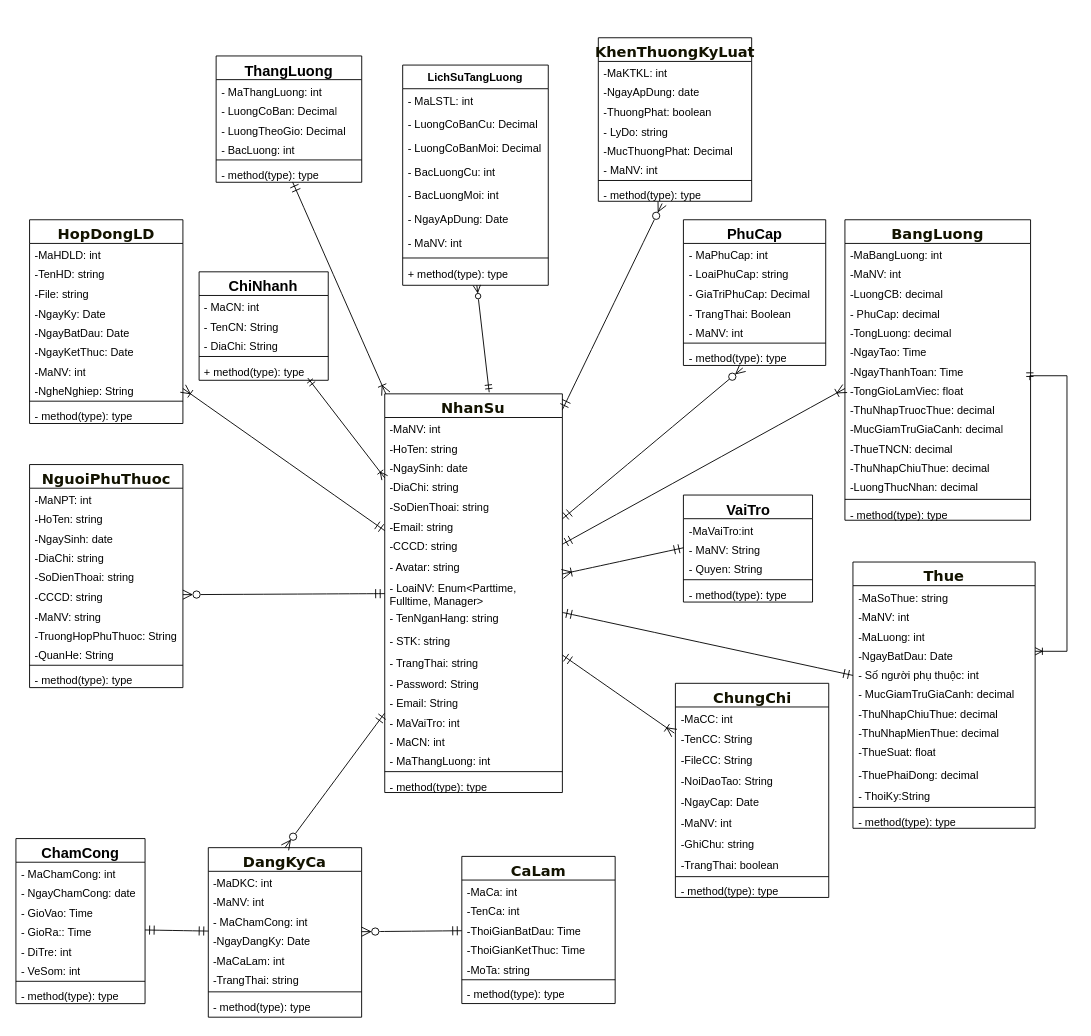
NguyenMint/LVTN keeps this draw.io diagram as Biểu đồ không có tiêu đề.drawio. Above is the earlier version. Source tidied: cells renumbered, new cells numbered last; positions are measured from the earlier drawing's top-left corner, leaving out a move shared by most shapes. Both pictures are drawn from the tidied source at 91%, with x=0, y=0 at pixel (15, 37).
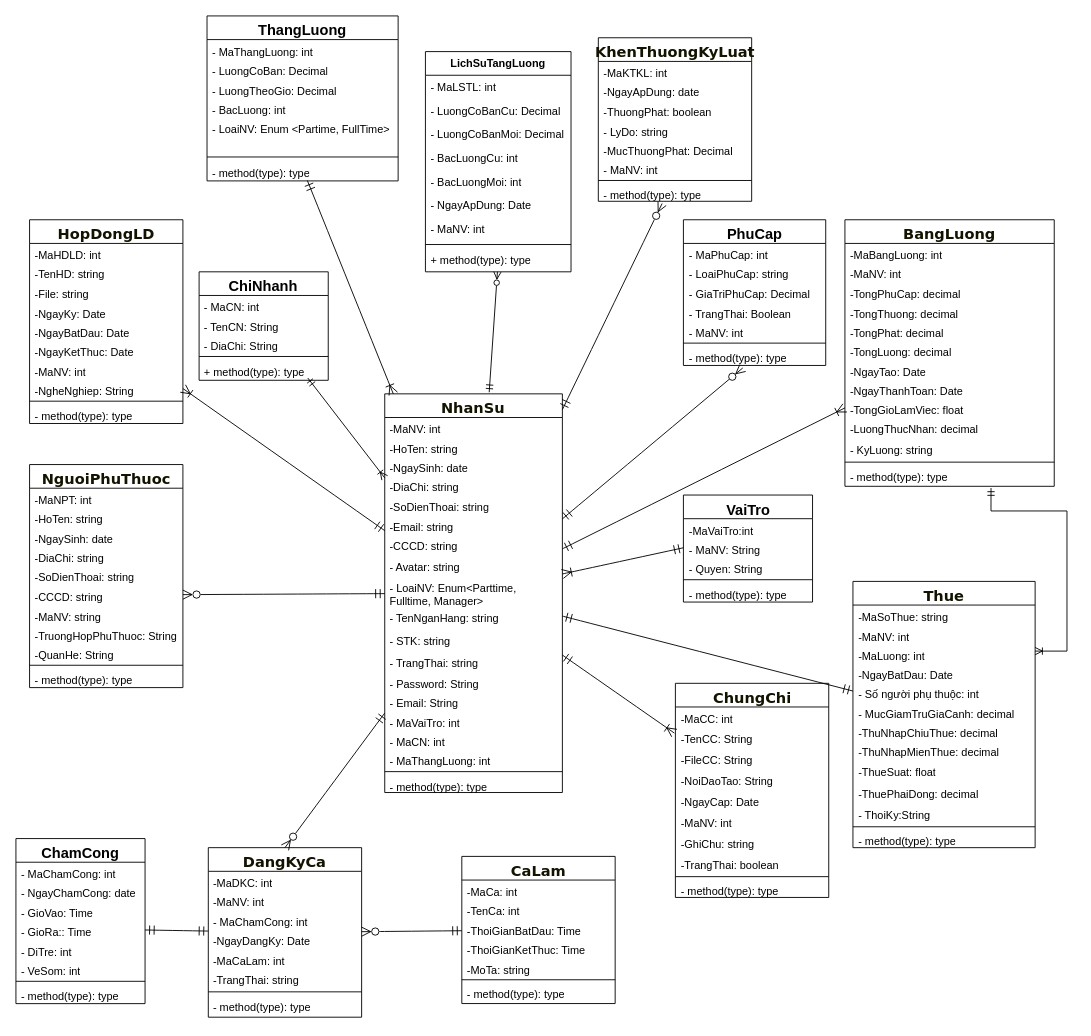
The same page after the edit.

Commit message (it also covers changes not shown here):
Cập nhật Biểu đồ không có tiêu đề.drawio

Diff of the diagram source:
```diff
@@
     <mxCell id="62" value="&lt;font style=&quot;font-size: 16px;&quot;&gt;ThangLuong&lt;/font&gt;" style="swimlane;fontStyle=1;align=center;verticalAlign=top;horizontal=1;startSize=26;whiteSpace=wrap;html=1;" parent="1" vertex="1">
-      <mxGeometry x="220" y="20" width="160" height="138.8" as="geometry" />
+      <mxGeometry x="210" y="-24" width="210" height="181.3" as="geometry" />
     </mxCell>
     <mxCell id="63" value="- MaThangLuong: int&amp;nbsp;&lt;div&gt;&lt;br&gt;&lt;/div&gt;" style="text;strokeColor=none;fillColor=none;align=left;verticalAlign=top;spacingLeft=4;spacingRight=4;overflow=hidden;whiteSpace=wrap;html=1;" parent="62" vertex="1">
-      <mxGeometry y="26" width="160" height="21.3" as="geometry" />
+      <mxGeometry y="26" width="210" height="21.3" as="geometry" />
     </mxCell>
     <mxCell id="64" value="- LuongCoBan: Decimal&lt;div&gt;&lt;br&gt;&lt;/div&gt;" style="text;strokeColor=none;fillColor=none;align=left;verticalAlign=top;spacingLeft=4;spacingRight=4;overflow=hidden;whiteSpace=wrap;html=1;" parent="62" vertex="1">
-      <mxGeometry y="47.3" width="160" height="21.3" as="geometry" />
+      <mxGeometry y="47.3" width="210" height="21.3" as="geometry" />
     </mxCell>
     <mxCell id="65" value="- LuongTheoGio: Decimal" style="text;strokeColor=none;fillColor=none;align=left;verticalAlign=top;spacingLeft=4;spacingRight=4;overflow=hidden;whiteSpace=wrap;html=1;" parent="62" vertex="1">
-      <mxGeometry y="68.5" width="160" height="21.3" as="geometry" />
+      <mxGeometry y="68.5" width="210" height="21.3" as="geometry" />
     </mxCell>
     <mxCell id="66" value="- BacLuong: int" style="text;strokeColor=none;fillColor=none;align=left;verticalAlign=top;spacingLeft=4;spacingRight=4;overflow=hidden;whiteSpace=wrap;html=1;" parent="62" vertex="1">
-      <mxGeometry y="89.8" width="160" height="21.3" as="geometry" />
+      <mxGeometry y="89.8" width="210" height="21.3" as="geometry" />
     </mxCell>
+    <mxCell id="173" value="- LoaiNV: Enum &amp;lt;Partime, FullTime&amp;gt;" style="text;strokeColor=none;fillColor=none;align=left;verticalAlign=top;spacingLeft=4;spacingRight=4;overflow=hidden;whiteSpace=wrap;html=1;" parent="62" vertex="1">
+      <mxGeometry y="111" width="210" height="39" as="geometry" />
+    </mxCell>
     <mxCell id="67" style="line;strokeWidth=1;fillColor=none;align=left;verticalAlign=middle;spacingTop=-1;spacingLeft=3;spacingRight=3;labelPosition=right;strokeColor=inherit;" parent="62" vertex="1">
-      <mxGeometry y="111" width="160" height="6.5" as="geometry" />
+      <mxGeometry y="150" width="210" height="10" as="geometry" />
     </mxCell>
     <mxCell id="68" value="- method(type): type" style="text;align=left;verticalAlign=top;spacingLeft=4;spacingRight=4;overflow=hidden;points=[[0,0.5],[1,0.5]];portConstraint=eastwest;whiteSpace=wrap;html=1;" parent="62" vertex="1">
-      <mxGeometry y="117.6" width="160" height="21.3" as="geometry" />
+      <mxGeometry y="160" width="210" height="21.3" as="geometry" />
     </mxCell>
     <mxCell id="69" value="&lt;span style=&quot;color: rgb(19, 19, 0); font-family: &amp;quot;trebuchet ms&amp;quot;, verdana, arial, sans-serif; font-size: 16px; text-wrap-mode: nowrap;&quot;&gt;Thue&lt;/span&gt;" style="swimlane;fontStyle=1;align=center;verticalAlign=top;horizontal=1;startSize=26;whiteSpace=wrap;html=1;" parent="1" vertex="1">
-      <mxGeometry x="919.8" y="576.1" width="200.2" height="292.6" as="geometry" />
+      <mxGeometry x="919.8" y="597.4" width="200.2" height="292.6" as="geometry" />
     </mxCell>
@@
     <mxCell id="111" value="&lt;div&gt;&lt;span style=&quot;color: rgb(19, 19, 0); font-family: &amp;quot;trebuchet ms&amp;quot;, verdana, arial, sans-serif; font-size: 16px; text-wrap-mode: nowrap;&quot;&gt;BangLuong&lt;/span&gt;&lt;/div&gt;&lt;div&gt;&lt;span style=&quot;color: rgb(19, 19, 0); font-family: &amp;quot;trebuchet ms&amp;quot;, verdana, arial, sans-serif; font-size: 16px; text-wrap-mode: nowrap;&quot;&gt;&lt;br&gt;&lt;/span&gt;&lt;/div&gt;" style="swimlane;fontStyle=1;align=center;verticalAlign=top;horizontal=1;startSize=26;whiteSpace=wrap;html=1;" parent="1" vertex="1">
-      <mxGeometry x="911" y="200" width="204" height="330.2" as="geometry" />
+      <mxGeometry x="911" y="200" width="230" height="292.9" as="geometry" />
     </mxCell>
     <mxCell id="112" value="-MaBangLuong: int" style="text;strokeColor=none;fillColor=none;align=left;verticalAlign=top;spacingLeft=4;spacingRight=4;overflow=hidden;whiteSpace=wrap;html=1;" parent="111" vertex="1">
-      <mxGeometry y="26" width="204" height="21.3" as="geometry" />
+      <mxGeometry y="26" width="230" height="21.3" as="geometry" />
     </mxCell>
     <mxCell id="113" value="-MaNV: int" style="text;strokeColor=none;fillColor=none;align=left;verticalAlign=top;spacingLeft=4;spacingRight=4;overflow=hidden;whiteSpace=wrap;html=1;" parent="111" vertex="1">
-      <mxGeometry y="47.3" width="204" height="21.3" as="geometry" />
+      <mxGeometry y="47.3" width="230" height="21.3" as="geometry" />
     </mxCell>
-    <mxCell id="114" value="-LuongCB: decimal" style="text;strokeColor=none;fillColor=none;align=left;verticalAlign=top;spacingLeft=4;spacingRight=4;overflow=hidden;whiteSpace=wrap;html=1;" parent="111" vertex="1">
-      <mxGeometry y="68.5" width="204" height="21.3" as="geometry" />
-    </mxCell>
-    <mxCell id="115" value="- PhuCap: decimal" style="text;strokeColor=none;fillColor=none;align=left;verticalAlign=top;spacingLeft=4;spacingRight=4;overflow=hidden;whiteSpace=wrap;html=1;" parent="111" vertex="1">
-      <mxGeometry y="89.8" width="204" height="21.3" as="geometry" />
+    <mxCell id="115" value="-TongPhuCap: decimal" style="text;strokeColor=none;fillColor=none;align=left;verticalAlign=top;spacingLeft=4;spacingRight=4;overflow=hidden;whiteSpace=wrap;html=1;" parent="111" vertex="1">
+      <mxGeometry y="68.5" width="230" height="21.3" as="geometry" />
     </mxCell>
+    <mxCell id="174" value="-TongThuong: decimal" style="text;strokeColor=none;fillColor=none;align=left;verticalAlign=top;spacingLeft=4;spacingRight=4;overflow=hidden;whiteSpace=wrap;html=1;" parent="111" vertex="1">
+      <mxGeometry y="89.8" width="230" height="21.3" as="geometry" />
+    </mxCell>
+    <mxCell id="175" value="-TongPhat: decimal" style="text;strokeColor=none;fillColor=none;align=left;verticalAlign=top;spacingLeft=4;spacingRight=4;overflow=hidden;whiteSpace=wrap;html=1;" parent="111" vertex="1">
+      <mxGeometry y="111" width="230" height="21.3" as="geometry" />
+    </mxCell>
     <mxCell id="116" value="-TongLuong: decimal" style="text;strokeColor=none;fillColor=none;align=left;verticalAlign=top;spacingLeft=4;spacingRight=4;overflow=hidden;whiteSpace=wrap;html=1;" parent="111" vertex="1">
-      <mxGeometry y="111" width="204" height="21.3" as="geometry" />
+      <mxGeometry y="132.3" width="230" height="21.3" as="geometry" />
     </mxCell>
-    <mxCell id="117" value="-NgayTao: Time" style="text;strokeColor=none;fillColor=none;align=left;verticalAlign=top;spacingLeft=4;spacingRight=4;overflow=hidden;whiteSpace=wrap;html=1;" parent="111" vertex="1">
-      <mxGeometry y="132.3" width="204" height="21.3" as="geometry" />
+    <mxCell id="117" value="-NgayTao: Date" style="text;strokeColor=none;fillColor=none;align=left;verticalAlign=top;spacingLeft=4;spacingRight=4;overflow=hidden;whiteSpace=wrap;html=1;" parent="111" vertex="1">
+      <mxGeometry y="153.6" width="230" height="21.3" as="geometry" />
     </mxCell>
-    <mxCell id="118" value="-NgayThanhToan: Time" style="text;strokeColor=none;fillColor=none;align=left;verticalAlign=top;spacingLeft=4;spacingRight=4;overflow=hidden;whiteSpace=wrap;html=1;" parent="111" vertex="1">
-      <mxGeometry y="153.6" width="204" height="21.3" as="geometry" />
+    <mxCell id="118" value="-NgayThanhToan: Date" style="text;strokeColor=none;fillColor=none;align=left;verticalAlign=top;spacingLeft=4;spacingRight=4;overflow=hidden;whiteSpace=wrap;html=1;" parent="111" vertex="1">
+      <mxGeometry y="174.8" width="230" height="21.3" as="geometry" />
     </mxCell>
     <mxCell id="119" value="-TongGioLamViec: float" style="text;strokeColor=none;fillColor=none;align=left;verticalAlign=top;spacingLeft=4;spacingRight=4;overflow=hidden;points=[[0,0.5],[1,0.5]];portConstraint=eastwest;whiteSpace=wrap;html=1;" parent="111" vertex="1">
-      <mxGeometry y="174.8" width="204" height="21.3" as="geometry" />
+      <mxGeometry y="196.1" width="230" height="21.3" as="geometry" />
     </mxCell>
-    <mxCell id="120" value="-ThuNhapTruocThue: decimal" style="text;strokeColor=none;fillColor=none;align=left;verticalAlign=top;spacingLeft=4;spacingRight=4;overflow=hidden;whiteSpace=wrap;html=1;" parent="111" vertex="1">
-      <mxGeometry y="196.1" width="204" height="21.3" as="geometry" />
-    </mxCell>
-    <mxCell id="121" value="-MucGiamTruGiaCanh: decimal" style="text;strokeColor=none;fillColor=none;align=left;verticalAlign=top;spacingLeft=4;spacingRight=4;overflow=hidden;whiteSpace=wrap;html=1;" parent="111" vertex="1">
-      <mxGeometry y="217.3" width="204" height="21.3" as="geometry" />
-    </mxCell>
-    <mxCell id="122" value="-ThueTNCN: decimal" style="text;strokeColor=none;fillColor=none;align=left;verticalAlign=top;spacingLeft=4;spacingRight=4;overflow=hidden;whiteSpace=wrap;html=1;" parent="111" vertex="1">
-      <mxGeometry y="238.6" width="204" height="21.3" as="geometry" />
-    </mxCell>
-    <mxCell id="123" value="-ThuNhapChiuThue: decimal" style="text;strokeColor=none;fillColor=none;align=left;verticalAlign=top;spacingLeft=4;spacingRight=4;overflow=hidden;whiteSpace=wrap;html=1;" parent="111" vertex="1">
-      <mxGeometry y="259.9" width="204" height="21.3" as="geometry" />
-    </mxCell>
     <mxCell id="124" value="-LuongThucNhan: decimal" style="text;strokeColor=none;fillColor=none;align=left;verticalAlign=top;spacingLeft=4;spacingRight=4;overflow=hidden;whiteSpace=wrap;html=1;" parent="111" vertex="1">
-      <mxGeometry y="281.1" width="204" height="22.9" as="geometry" />
+      <mxGeometry y="217.3" width="230" height="22.9" as="geometry" />
     </mxCell>
+    <mxCell id="176" value="- KyLuong: string" style="text;strokeColor=none;fillColor=none;align=left;verticalAlign=top;spacingLeft=4;spacingRight=4;overflow=hidden;whiteSpace=wrap;html=1;" parent="111" vertex="1">
+      <mxGeometry y="240.2" width="230" height="22.9" as="geometry" />
+    </mxCell>
     <mxCell id="125" style="line;strokeWidth=1;fillColor=none;align=left;verticalAlign=middle;spacingTop=-1;spacingLeft=3;spacingRight=3;labelPosition=right;strokeColor=inherit;" parent="111" vertex="1">
-      <mxGeometry y="304" width="204" height="6.5" as="geometry" />
+      <mxGeometry y="263.1" width="230" height="6.5" as="geometry" />
     </mxCell>
     <mxCell id="126" value="- method(type): type" style="text;strokeColor=none;fillColor=none;align=left;verticalAlign=top;spacingLeft=4;spacingRight=4;overflow=hidden;points=[[0,0.5],[1,0.5]];portConstraint=eastwest;whiteSpace=wrap;html=1;" parent="111" vertex="1">
-      <mxGeometry y="310.6" width="204" height="19.6" as="geometry" />
+      <mxGeometry y="269.7" width="230" height="23.2" as="geometry" />
     </mxCell>
@@
-    <mxCell id="158" style="edgeStyle=orthogonalEdgeStyle;rounded=0;jettySize=auto;html=1;entryX=0.996;entryY=0.066;entryDx=0;entryDy=0;entryPerimeter=0;endArrow=ERmandOne;endFill=0;startArrow=ERoneToMany;startFill=0;" parent="1" edge="1" source="69" target="119">
+    <mxCell id="158" style="edgeStyle=orthogonalEdgeStyle;rounded=0;jettySize=auto;html=1;endArrow=ERmandOne;endFill=0;startArrow=ERoneToMany;startFill=0;entryX=0.698;entryY=1.083;entryDx=0;entryDy=0;entryPerimeter=0;" parent="1" edge="1" source="69" target="126">
       <mxGeometry relative="1" as="geometry">
         <Array as="points">
-          <mxPoint x="1155" y="674.2" />
-          <mxPoint x="1155" y="371.4" />
-          <mxPoint x="1114" y="371.4" />
+          <mxPoint x="1155" y="674" />
+          <mxPoint x="1155" y="520" />
+          <mxPoint x="1072" y="520" />
         </Array>
       </mxGeometry>
     </mxCell>
@@
     <mxCell id="163" value="LichSuTangLuong" style="swimlane;fontStyle=1;align=center;verticalAlign=top;horizontal=1;startSize=26;whiteSpace=wrap;html=1;" parent="1" vertex="1">
-      <mxGeometry x="425" y="30" width="160" height="242" as="geometry" />
+      <mxGeometry x="450" y="15.2" width="160" height="242" as="geometry" />
     </mxCell>
```
